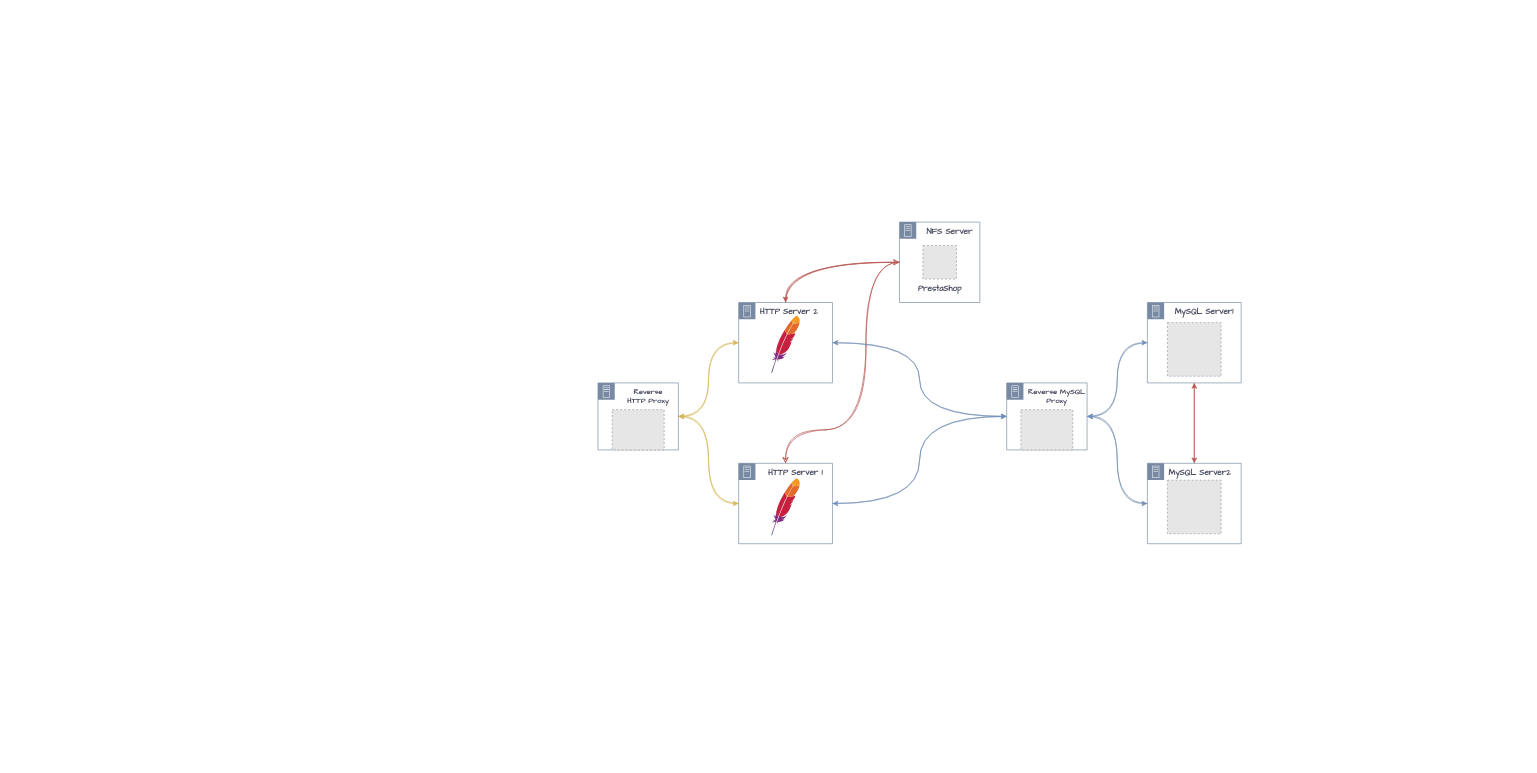
Earlier version of the draw.io diagram basic.drawio (medaliyou/EnumScripts). Source tidied: cells renumbered, new cells numbered last; positions are measured from the earlier drawing's top-left corner, leaving out a move shared by most shapes. Both pictures are drawn from the tidied source at 67%, with x=0, y=0 at pixel (598, 222). Pictures stored in the file or linked from it are replaced by grey dashed boxes.
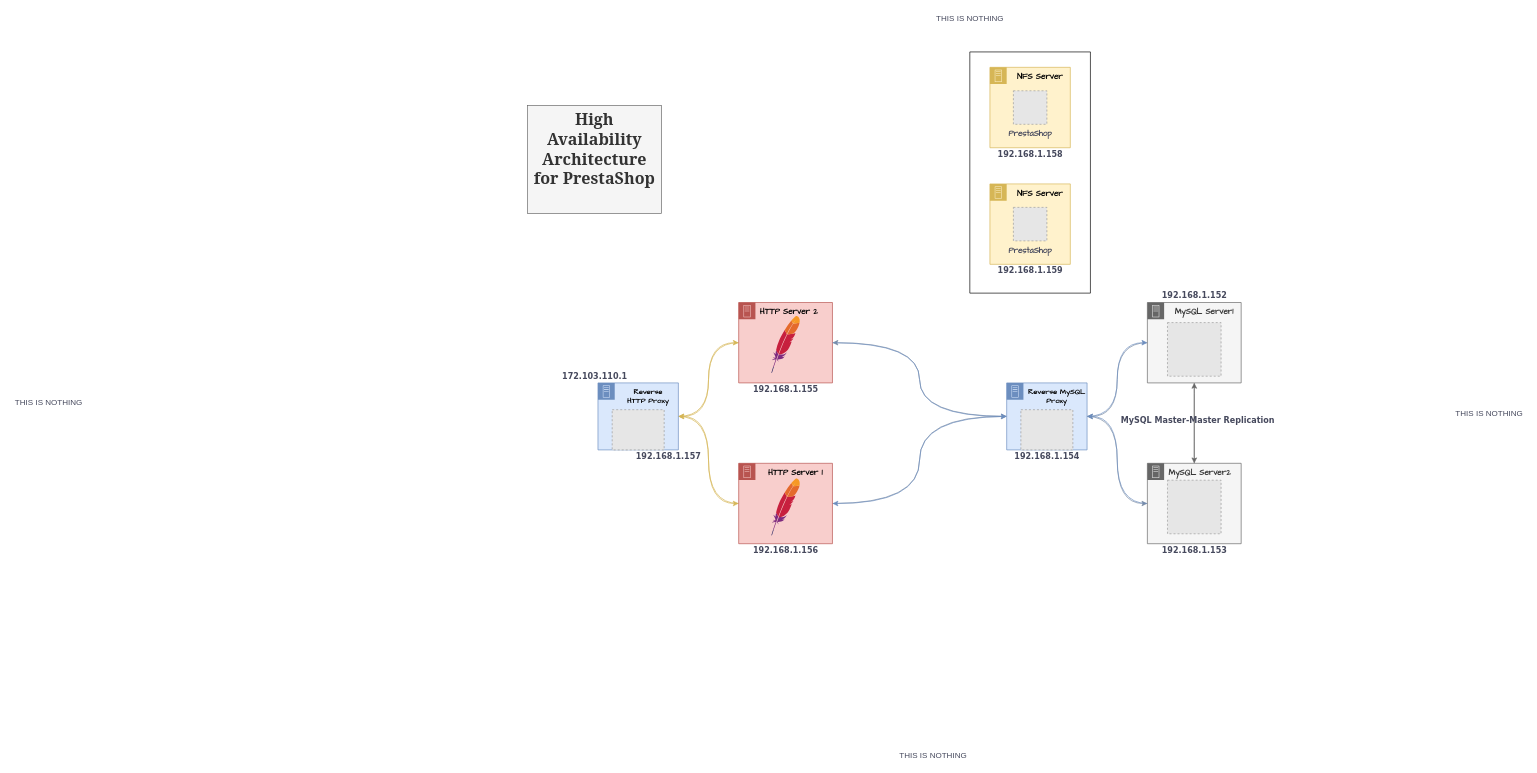
Above is the later version.

The edit, as a diff of the source:
```diff
@@
-    <mxCell id="2" style="edgeStyle=orthogonalEdgeStyle;jettySize=auto;html=1;entryX=0.5;entryY=0;entryDx=0;entryDy=0;strokeColor=#b85450;fontColor=#46495D;curved=1;fillColor=#f8cecc;" parent="1" edge="1" source="17" target="19">
+    <mxCell id="2" style="edgeStyle=orthogonalEdgeStyle;jettySize=auto;html=1;entryX=0.5;entryY=0;entryDx=0;entryDy=0;strokeColor=#666666;fontColor=#46495D;curved=1;fillColor=#f5f5f5;" parent="1" edge="1" source="17" target="19">
       <mxGeometry relative="1" as="geometry" />
     </mxCell>
@@
-    <mxCell id="6" style="edgeStyle=orthogonalEdgeStyle;jettySize=auto;html=1;entryX=0.5;entryY=0;entryDx=0;entryDy=0;strokeColor=#b85450;fontColor=#46495D;fillColor=#f8cecc;curved=1;" parent="1" edge="1" source="23" target="15">
-      <mxGeometry relative="1" as="geometry">
-        <Array as="points">
-          <mxPoint x="280" y="60" />
-        </Array>
-      </mxGeometry>
-    </mxCell>
-    <mxCell id="7" style="edgeStyle=orthogonalEdgeStyle;jettySize=auto;html=1;entryX=0.5;entryY=0;entryDx=0;entryDy=0;strokeColor=#b85450;fontColor=#46495D;fillColor=#f8cecc;shadow=0;sketch=1;curved=1;" parent="1" edge="1" source="23" target="20">
-      <mxGeometry relative="1" as="geometry">
-        <Array as="points">
-          <mxPoint x="400" y="60" />
-          <mxPoint x="400" y="310" />
-          <mxPoint x="280" y="310" />
-        </Array>
-      </mxGeometry>
-    </mxCell>
-    <mxCell id="8" style="edgeStyle=orthogonalEdgeStyle;jettySize=auto;html=1;entryX=0;entryY=0.5;entryDx=0;entryDy=0;strokeColor=#b85450;fontColor=#46495D;fillColor=#f8cecc;shadow=0;sketch=1;curved=1;" parent="1" edge="1" source="15" target="23">
-      <mxGeometry relative="1" as="geometry">
-        <Array as="points">
-          <mxPoint x="280" y="60" />
-        </Array>
-      </mxGeometry>
-    </mxCell>
@@
-    <mxCell id="13" style="edgeStyle=orthogonalEdgeStyle;jettySize=auto;html=1;strokeColor=#b85450;fontColor=#46495D;curved=1;fillColor=#f8cecc;" parent="1" edge="1" source="19">
+    <mxCell id="13" style="edgeStyle=orthogonalEdgeStyle;jettySize=auto;html=1;strokeColor=#666666;fontColor=#46495D;curved=1;fillColor=#f5f5f5;" parent="1" edge="1" source="44">
       <mxGeometry relative="1" as="geometry">
         <mxPoint x="890" y="240" as="targetPoint" />
       </mxGeometry>
     </mxCell>
@@
-    <mxCell id="15" value="&lt;font face=&quot;Comic Sans MS&quot;&gt;&lt;b&gt;HTTP Server 2&lt;br&gt;&lt;/b&gt;&lt;/font&gt;" style="points=[[0,0],[0.25,0],[0.5,0],[0.75,0],[1,0],[1,0.25],[1,0.5],[1,0.75],[1,1],[0.75,1],[0.5,1],[0.25,1],[0,1],[0,0.75],[0,0.5],[0,0.25]];outlineConnect=0;html=1;whiteSpace=wrap;fontSize=12;fontStyle=0;shape=mxgraph.aws4.group;grIcon=mxgraph.aws4.group_on_premise;fillColor=none;verticalAlign=top;align=left;spacingLeft=30;dashed=0;strokeColor=#788AA3;fontColor=#46495D;" parent="1" vertex="1">
+    <mxCell id="15" value="&lt;font face=&quot;Comic Sans MS&quot;&gt;&lt;b&gt;HTTP Server 2&lt;br&gt;&lt;/b&gt;&lt;/font&gt;" style="points=[[0,0],[0.25,0],[0.5,0],[0.75,0],[1,0],[1,0.25],[1,0.5],[1,0.75],[1,1],[0.75,1],[0.5,1],[0.25,1],[0,1],[0,0.75],[0,0.5],[0,0.25]];outlineConnect=0;html=1;whiteSpace=wrap;fontSize=12;fontStyle=0;shape=mxgraph.aws4.group;grIcon=mxgraph.aws4.group_on_premise;fillColor=#f8cecc;verticalAlign=top;align=left;spacingLeft=30;dashed=0;strokeColor=#b85450;" parent="1" vertex="1">
       <mxGeometry x="210" y="120" width="140" height="120" as="geometry" />
     </mxCell>
@@
-    <mxCell id="17" value="&lt;font face=&quot;Comic Sans MS&quot;&gt;&lt;b&gt;MySQL Server1&lt;/b&gt;&lt;/font&gt;" style="points=[[0,0],[0.25,0],[0.5,0],[0.75,0],[1,0],[1,0.25],[1,0.5],[1,0.75],[1,1],[0.75,1],[0.5,1],[0.25,1],[0,1],[0,0.75],[0,0.5],[0,0.25]];outlineConnect=0;html=1;whiteSpace=wrap;fontSize=12;fontStyle=0;shape=mxgraph.aws4.group;grIcon=mxgraph.aws4.group_on_premise;fillColor=none;verticalAlign=top;align=center;spacingLeft=30;dashed=0;strokeColor=#788AA3;fontColor=#46495D;" parent="1" vertex="1">
+    <mxCell id="17" value="&lt;font face=&quot;Comic Sans MS&quot;&gt;&lt;b&gt;MySQL Server1&lt;/b&gt;&lt;/font&gt;" style="points=[[0,0],[0.25,0],[0.5,0],[0.75,0],[1,0],[1,0.25],[1,0.5],[1,0.75],[1,1],[0.75,1],[0.5,1],[0.25,1],[0,1],[0,0.75],[0,0.5],[0,0.25]];outlineConnect=0;html=1;whiteSpace=wrap;fontSize=12;fontStyle=0;shape=mxgraph.aws4.group;grIcon=mxgraph.aws4.group_on_premise;fillColor=#f5f5f5;verticalAlign=top;align=center;spacingLeft=30;dashed=0;strokeColor=#666666;fontColor=#333333;" parent="1" vertex="1">
       <mxGeometry x="820" y="120" width="140" height="120" as="geometry" />
     </mxCell>
@@
-    <mxCell id="19" value="&lt;font face=&quot;Comic Sans MS&quot;&gt;&lt;b&gt;MySQL Server2&lt;/b&gt;&lt;/font&gt;" style="points=[[0,0],[0.25,0],[0.5,0],[0.75,0],[1,0],[1,0.25],[1,0.5],[1,0.75],[1,1],[0.75,1],[0.5,1],[0.25,1],[0,1],[0,0.75],[0,0.5],[0,0.25]];outlineConnect=0;html=1;whiteSpace=wrap;fontSize=12;fontStyle=0;shape=mxgraph.aws4.group;grIcon=mxgraph.aws4.group_on_premise;fillColor=none;verticalAlign=top;align=left;spacingLeft=30;dashed=0;strokeColor=#788AA3;fontColor=#46495D;" parent="1" vertex="1">
+    <mxCell id="19" value="&lt;font face=&quot;Comic Sans MS&quot;&gt;&lt;b&gt;MySQL Server2&lt;/b&gt;&lt;/font&gt;" style="points=[[0,0],[0.25,0],[0.5,0],[0.75,0],[1,0],[1,0.25],[1,0.5],[1,0.75],[1,1],[0.75,1],[0.5,1],[0.25,1],[0,1],[0,0.75],[0,0.5],[0,0.25]];outlineConnect=0;html=1;whiteSpace=wrap;fontSize=12;fontStyle=0;shape=mxgraph.aws4.group;grIcon=mxgraph.aws4.group_on_premise;fillColor=#f5f5f5;verticalAlign=top;align=left;spacingLeft=30;dashed=0;strokeColor=#666666;fontColor=#333333;" parent="1" vertex="1">
       <mxGeometry x="820" y="360" width="140" height="120" as="geometry" />
     </mxCell>
-    <mxCell id="20" value="&lt;div align=&quot;center&quot;&gt;&lt;font face=&quot;Comic Sans MS&quot;&gt;&lt;b&gt;HTTP Server 1&lt;/b&gt;&lt;/font&gt;&lt;br&gt;&lt;/div&gt;" style="points=[[0,0],[0.25,0],[0.5,0],[0.75,0],[1,0],[1,0.25],[1,0.5],[1,0.75],[1,1],[0.75,1],[0.5,1],[0.25,1],[0,1],[0,0.75],[0,0.5],[0,0.25]];outlineConnect=0;html=1;whiteSpace=wrap;fontSize=12;fontStyle=0;shape=mxgraph.aws4.group;grIcon=mxgraph.aws4.group_on_premise;fillColor=none;verticalAlign=top;align=center;spacingLeft=30;dashed=0;strokeColor=#788AA3;fontColor=#46495D;" parent="1" vertex="1">
+    <mxCell id="20" value="&lt;div align=&quot;center&quot;&gt;&lt;font face=&quot;Comic Sans MS&quot;&gt;&lt;b&gt;HTTP Server 1&lt;/b&gt;&lt;/font&gt;&lt;br&gt;&lt;/div&gt;" style="points=[[0,0],[0.25,0],[0.5,0],[0.75,0],[1,0],[1,0.25],[1,0.5],[1,0.75],[1,1],[0.75,1],[0.5,1],[0.25,1],[0,1],[0,0.75],[0,0.5],[0,0.25]];outlineConnect=0;html=1;whiteSpace=wrap;fontSize=12;fontStyle=0;shape=mxgraph.aws4.group;grIcon=mxgraph.aws4.group_on_premise;fillColor=#f8cecc;verticalAlign=top;align=center;spacingLeft=30;dashed=0;strokeColor=#b85450;" parent="1" vertex="1">
       <mxGeometry x="210" y="360" width="140" height="120" as="geometry" />
     </mxCell>
-    <mxCell id="21" style="fillColor=#E6E6E6;strokeColor=#999999;dashed=1;html=1;verticalAlign=top;verticalLabelPosition=bottom;fontColor=#46495D;" parent="1" vertex="1">
+    <mxCell id="21" style="fillColor=#E6E6E6;strokeColor=#999999;dashed=1;html=1;verticalAlign=top;verticalLabelPosition=bottom;fontColor=#333333;" parent="1" vertex="1">
       <mxGeometry x="850" y="385.2" width="80" height="80" as="geometry" />
     </mxCell>
-    <mxCell id="22" style="fillColor=#E6E6E6;strokeColor=#999999;dashed=1;html=1;verticalAlign=top;verticalLabelPosition=bottom;fontColor=#46495D;" parent="1" vertex="1">
+    <mxCell id="22" style="fillColor=#E6E6E6;strokeColor=#999999;dashed=1;html=1;verticalAlign=top;verticalLabelPosition=bottom;fontColor=#333333;" parent="1" vertex="1">
       <mxGeometry x="850" y="150" width="80" height="80" as="geometry" />
     </mxCell>
-    <mxCell id="23" value="&lt;div align=&quot;center&quot;&gt;&lt;font face=&quot;Comic Sans MS&quot;&gt;&lt;b&gt;NFS Server&lt;/b&gt;&lt;/font&gt;&lt;/div&gt;" style="points=[[0,0],[0.25,0],[0.5,0],[0.75,0],[1,0],[1,0.25],[1,0.5],[1,0.75],[1,1],[0.75,1],[0.5,1],[0.25,1],[0,1],[0,0.75],[0,0.5],[0,0.25]];outlineConnect=0;html=1;whiteSpace=wrap;fontSize=12;fontStyle=0;shape=mxgraph.aws4.group;grIcon=mxgraph.aws4.group_on_premise;fillColor=none;verticalAlign=top;align=center;spacingLeft=30;dashed=0;strokeColor=#788AA3;fontColor=#46495D;" parent="1" vertex="1">
-      <mxGeometry x="450" width="120" height="120" as="geometry" />
-    </mxCell>
-    <mxCell id="24" value="&lt;div&gt;&lt;font face=&quot;Comic Sans MS&quot;&gt;&lt;b&gt;PrestaShop&lt;/b&gt;&lt;/font&gt;&lt;/div&gt;" style="fillColor=#E6E6E6;strokeColor=#999999;dashed=1;html=1;verticalAlign=top;verticalLabelPosition=bottom;fontColor=#46495D;" parent="1" vertex="1">
-      <mxGeometry x="485" y="35" width="50" height="50" as="geometry" />
-    </mxCell>
@@
-    <mxCell id="26" value="&lt;div style=&quot;font-size: 11px&quot; align=&quot;center&quot;&gt;&lt;b&gt;&lt;font style=&quot;font-size: 11px&quot; face=&quot;Comic Sans MS&quot;&gt;Reverse MySQL Proxy&lt;/font&gt;&lt;/b&gt;&lt;/div&gt;" style="points=[[0,0],[0.25,0],[0.5,0],[0.75,0],[1,0],[1,0.25],[1,0.5],[1,0.75],[1,1],[0.75,1],[0.5,1],[0.25,1],[0,1],[0,0.75],[0,0.5],[0,0.25]];outlineConnect=0;html=1;whiteSpace=wrap;fontSize=12;fontStyle=0;shape=mxgraph.aws4.group;grIcon=mxgraph.aws4.group_on_premise;fillColor=none;verticalAlign=top;align=center;spacingLeft=30;dashed=0;strokeColor=#788AA3;fontColor=#46495D;" parent="1" vertex="1">
+    <mxCell id="26" value="&lt;div style=&quot;font-size: 11px&quot; align=&quot;center&quot;&gt;&lt;b&gt;&lt;font style=&quot;font-size: 11px&quot; face=&quot;Comic Sans MS&quot;&gt;Reverse MySQL Proxy&lt;/font&gt;&lt;/b&gt;&lt;/div&gt;" style="points=[[0,0],[0.25,0],[0.5,0],[0.75,0],[1,0],[1,0.25],[1,0.5],[1,0.75],[1,1],[0.75,1],[0.5,1],[0.25,1],[0,1],[0,0.75],[0,0.5],[0,0.25]];outlineConnect=0;html=1;whiteSpace=wrap;fontSize=12;fontStyle=0;shape=mxgraph.aws4.group;grIcon=mxgraph.aws4.group_on_premise;fillColor=#dae8fc;verticalAlign=top;align=center;spacingLeft=30;dashed=0;strokeColor=#6c8ebf;" parent="1" vertex="1">
       <mxGeometry x="610" y="240" width="120" height="100" as="geometry" />
     </mxCell>
-    <mxCell id="27" value="&lt;div style=&quot;font-size: 11px&quot; align=&quot;center&quot;&gt;&lt;font style=&quot;font-size: 11px&quot;&gt;&lt;b&gt;&lt;font style=&quot;font-size: 11px&quot; face=&quot;Comic Sans MS&quot;&gt;Reverse &lt;br&gt;HTTP Proxy&lt;br&gt;&lt;/font&gt;&lt;/b&gt;&lt;/font&gt;&lt;/div&gt;" style="points=[[0,0],[0.25,0],[0.5,0],[0.75,0],[1,0],[1,0.25],[1,0.5],[1,0.75],[1,1],[0.75,1],[0.5,1],[0.25,1],[0,1],[0,0.75],[0,0.5],[0,0.25]];outlineConnect=0;html=1;whiteSpace=wrap;fontSize=12;fontStyle=0;shape=mxgraph.aws4.group;grIcon=mxgraph.aws4.group_on_premise;fillColor=none;verticalAlign=top;align=center;spacingLeft=30;dashed=0;strokeColor=#788AA3;fontColor=#46495D;" parent="1" vertex="1">
+    <mxCell id="27" value="&lt;div style=&quot;font-size: 11px&quot; align=&quot;center&quot;&gt;&lt;font style=&quot;font-size: 11px&quot;&gt;&lt;b&gt;&lt;font style=&quot;font-size: 11px&quot; face=&quot;Comic Sans MS&quot;&gt;Reverse &lt;br&gt;HTTP Proxy&lt;br&gt;&lt;/font&gt;&lt;/b&gt;&lt;/font&gt;&lt;/div&gt;" style="points=[[0,0],[0.25,0],[0.5,0],[0.75,0],[1,0],[1,0.25],[1,0.5],[1,0.75],[1,1],[0.75,1],[0.5,1],[0.25,1],[0,1],[0,0.75],[0,0.5],[0,0.25]];outlineConnect=0;html=1;whiteSpace=wrap;fontSize=12;fontStyle=0;shape=mxgraph.aws4.group;grIcon=mxgraph.aws4.group_on_premise;fillColor=#dae8fc;verticalAlign=top;align=center;spacingLeft=30;dashed=0;strokeColor=#6c8ebf;" parent="1" vertex="1">
       <mxGeometry y="240" width="120" height="100" as="geometry" />
     </mxCell>
@@
-    <mxCell id="29" style="fillColor=#E6E6E6;strokeColor=#999999;dashed=1;verticalLabelPosition=bottom;verticalAlign=top;fontColor=#46495D;" parent="1" vertex="1">
+    <mxCell id="29" style="fillColor=#E6E6E6;strokeColor=#999999;dashed=1;verticalLabelPosition=bottom;verticalAlign=top;" parent="1" vertex="1">
       <mxGeometry x="631.2" y="280" width="77.6" height="60" as="geometry" />
     </mxCell>
-    <mxCell id="30" style="fillColor=#E6E6E6;strokeColor=#999999;dashed=1;verticalLabelPosition=bottom;verticalAlign=top;fontColor=#46495D;" parent="1" vertex="1">
+    <mxCell id="30" style="fillColor=#E6E6E6;strokeColor=#999999;dashed=1;verticalLabelPosition=bottom;verticalAlign=top;" parent="1" vertex="1">
       <mxGeometry x="21.2" y="280" width="77.6" height="60" as="geometry" />
     </mxCell>
@@
+    <mxCell id="33" value="&lt;div&gt;THIS IS NOTHING&lt;/div&gt;" style="text;html=1;align=center;verticalAlign=middle;fontColor=#46495D;" parent="1" vertex="1">
+      <mxGeometry x="500" y="-314" width="110" height="20" as="geometry" />
+    </mxCell>
+    <mxCell id="34" value="&lt;div&gt;THIS IS NOTHING&lt;/div&gt;" style="text;html=1;align=center;verticalAlign=middle;fontColor=#46495D;" parent="1" vertex="1">
+      <mxGeometry x="445" y="786" width="110" height="20" as="geometry" />
+    </mxCell>
+    <mxCell id="35" value="&lt;div&gt;THIS IS NOTHING&lt;/div&gt;" style="text;html=1;align=center;verticalAlign=middle;fontColor=#46495D;" parent="1" vertex="1">
+      <mxGeometry x="-875" y="260" width="110" height="20" as="geometry" />
+    </mxCell>
+    <mxCell id="36" value="&lt;div&gt;THIS IS NOTHING&lt;/div&gt;" style="text;html=1;align=center;verticalAlign=middle;fontColor=#46495D;" parent="1" vertex="1">
+      <mxGeometry x="1275" y="276" width="110" height="20" as="geometry" />
+    </mxCell>
+    <mxCell id="37" value="&lt;h1&gt;&lt;font face=&quot;Georgia&quot;&gt;&lt;b&gt;High Availability Architecture for PrestaShop&lt;/b&gt;&lt;/font&gt;&lt;/h1&gt;" style="text;strokeColor=#666666;fillColor=#f5f5f5;spacing=5;spacingTop=-20;overflow=hidden;rounded=0;fontColor=#333333;fontFamily=Hack;align=center;labelBorderColor=none;labelBackgroundColor=none;whiteSpace=wrap;html=1;FType=g;" parent="1" vertex="1">
+      <mxGeometry x="-105" y="-174" width="200" height="161" as="geometry" />
+    </mxCell>
+    <mxCell id="38" value="&lt;b&gt;172.103.110.1&lt;/b&gt;" style="text;html=1;align=center;verticalAlign=middle;fontFamily=Verdana;fontColor=#46495D;" parent="1" vertex="1">
+      <mxGeometry x="-60" y="220" width="110" height="20" as="geometry" />
+    </mxCell>
+    <mxCell id="39" value="192.168.1.157" style="text;html=1;align=center;verticalAlign=middle;fontFamily=Verdana;fontColor=#46495D;fontStyle=1;" parent="1" vertex="1">
+      <mxGeometry x="50" y="340" width="110" height="20" as="geometry" />
+    </mxCell>
+    <mxCell id="40" value="&lt;b&gt;192.168.1.155&lt;/b&gt;" style="text;html=1;align=center;verticalAlign=middle;fontFamily=Verdana;fontColor=#46495D;" parent="1" vertex="1">
+      <mxGeometry x="225" y="240" width="110" height="20" as="geometry" />
+    </mxCell>
+    <mxCell id="41" value="&lt;b&gt;192.168.1.156&lt;/b&gt;" style="text;html=1;align=center;verticalAlign=middle;fontFamily=Verdana;fontColor=#46495D;" parent="1" vertex="1">
+      <mxGeometry x="225" y="480" width="110" height="20" as="geometry" />
+    </mxCell>
+    <mxCell id="42" value="&lt;b&gt;192.168.1.154&lt;/b&gt;" style="text;html=1;align=center;verticalAlign=middle;fontFamily=Verdana;fontColor=#46495D;" parent="1" vertex="1">
+      <mxGeometry x="615" y="340" width="110" height="20" as="geometry" />
+    </mxCell>
+    <mxCell id="43" value="&lt;b&gt;192.168.1.152&lt;/b&gt;" style="text;html=1;align=center;verticalAlign=middle;fontFamily=Verdana;fontColor=#46495D;" parent="1" vertex="1">
+      <mxGeometry x="835" y="100" width="110" height="20" as="geometry" />
+    </mxCell>
+    <mxCell id="44" value="&lt;b&gt;192.168.1.153&lt;/b&gt;" style="text;html=1;align=center;verticalAlign=middle;points=[];fontFamily=Verdana;fontColor=#46495D;" parent="1" vertex="1">
+      <mxGeometry x="835" y="480" width="110" height="20" as="geometry" />
+    </mxCell>
+    <mxCell id="45" value="&lt;b&gt;MySQL Master-Master Replication&lt;/b&gt;" style="text;html=1;align=center;verticalAlign=middle;fontFamily=Verdana;fontColor=#46495D;" parent="1" vertex="1">
+      <mxGeometry x="770" y="286" width="250" height="20" as="geometry" />
+    </mxCell>
+    <mxCell id="46" style="verticalLabelPosition=bottom;verticalAlign=top;html=1;shape=mxgraph.basic.rect;fillColor2=none;strokeWidth=1;size=20;indent=5;labelBackgroundColor=none;fontFamily=Verdana;align=center;textOpacity=1;" parent="1" vertex="1">
+      <mxGeometry x="555" y="-254" width="180" height="360" as="geometry" />
+    </mxCell>
+    <mxCell id="23" value="&lt;div align=&quot;center&quot;&gt;&lt;font face=&quot;Comic Sans MS&quot;&gt;&lt;b&gt;NFS Server&lt;/b&gt;&lt;/font&gt;&lt;/div&gt;" style="points=[[0,0],[0.25,0],[0.5,0],[0.75,0],[1,0],[1,0.25],[1,0.5],[1,0.75],[1,1],[0.75,1],[0.5,1],[0.25,1],[0,1],[0,0.75],[0,0.5],[0,0.25]];outlineConnect=0;html=1;whiteSpace=wrap;fontSize=12;fontStyle=0;shape=mxgraph.aws4.group;grIcon=mxgraph.aws4.group_on_premise;fillColor=#fff2cc;verticalAlign=top;align=center;spacingLeft=30;dashed=0;strokeColor=#d6b656;" parent="1" vertex="1">
+      <mxGeometry x="585" y="-57" width="120" height="120" as="geometry" />
+    </mxCell>
+    <mxCell id="24" value="&lt;div&gt;&lt;font face=&quot;Comic Sans MS&quot;&gt;&lt;b&gt;PrestaShop&lt;/b&gt;&lt;/font&gt;&lt;/div&gt;" style="fillColor=#E6E6E6;strokeColor=#999999;dashed=1;html=1;verticalAlign=top;verticalLabelPosition=bottom;fontColor=#46495D;" parent="1" vertex="1">
+      <mxGeometry x="620" y="-22" width="50" height="50" as="geometry" />
+    </mxCell>
+    <mxCell id="47" value="&lt;b&gt;192.168.1.159&lt;/b&gt;" style="text;html=1;align=center;verticalAlign=middle;fontFamily=Verdana;fontColor=#46495D;" parent="1" vertex="1">
+      <mxGeometry x="590" y="63" width="110" height="20" as="geometry" />
+    </mxCell>
+    <mxCell id="48" value="&lt;div align=&quot;center&quot;&gt;&lt;font face=&quot;Comic Sans MS&quot;&gt;&lt;b&gt;NFS Server&lt;/b&gt;&lt;/font&gt;&lt;/div&gt;" style="html=1;whiteSpace=wrap;fontSize=12;fontStyle=0;shape=mxgraph.aws4.group;grIcon=mxgraph.aws4.group_on_premise;fillColor=#fff2cc;verticalAlign=top;align=center;spacingLeft=30;dashed=0;strokeColor=#d6b656;" parent="1" vertex="1">
+      <mxGeometry x="585" y="-231" width="120" height="120" as="geometry" />
+    </mxCell>
+    <mxCell id="49" value="&lt;div&gt;&lt;font face=&quot;Comic Sans MS&quot;&gt;&lt;b&gt;PrestaShop&lt;/b&gt;&lt;/font&gt;&lt;/div&gt;" style="fillColor=#E6E6E6;strokeColor=#999999;dashed=1;html=1;verticalAlign=top;verticalLabelPosition=bottom;fontColor=#46495D;" parent="1" vertex="1">
+      <mxGeometry x="620" y="-196" width="50" height="50" as="geometry" />
+    </mxCell>
+    <mxCell id="50" value="&lt;b&gt;192.168.1.158&lt;/b&gt;" style="text;html=1;align=center;verticalAlign=middle;fontFamily=Verdana;fontColor=#46495D;" parent="1" vertex="1">
+      <mxGeometry x="590" y="-111" width="110" height="20" as="geometry" />
+    </mxCell>
```
